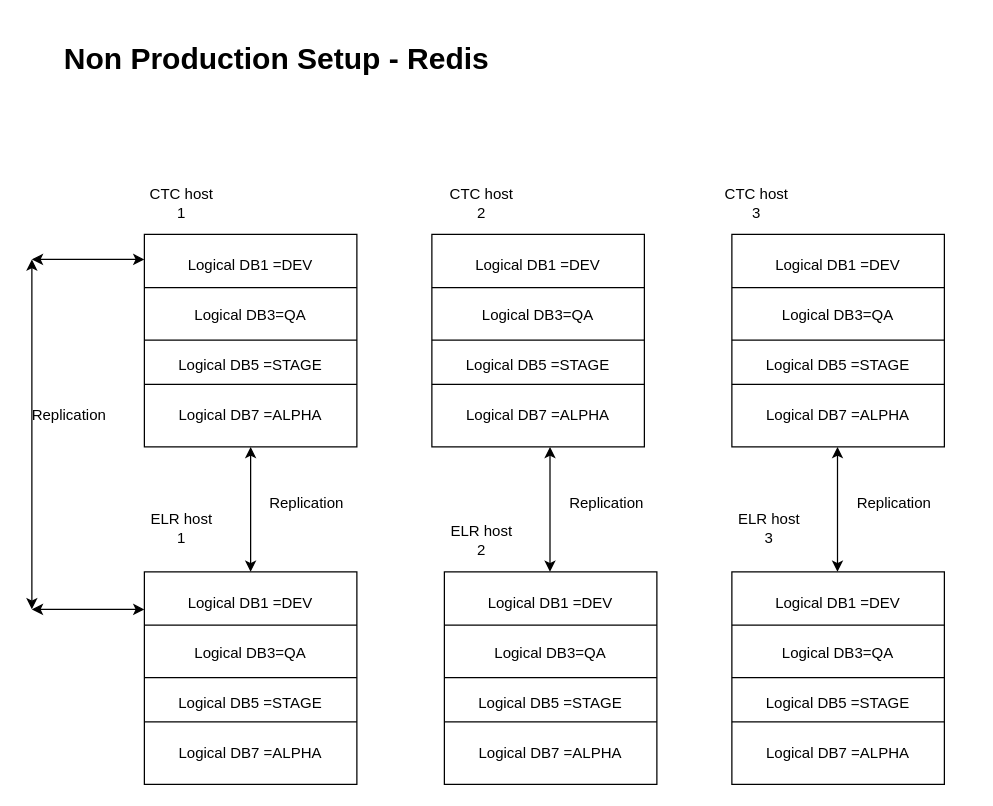
This is Redis Cache Layout.drawio from anshuldevmehta/RandomDiagrams, a draw.io file, before an edit. Source tidied: cells renumbered, new cells numbered last; positions are measured from the earlier drawing's top-left corner, leaving out a move shared by most shapes. Both pictures are drawn from the tidied source at 125%, with x=0, y=0 at pixel (31, 34).
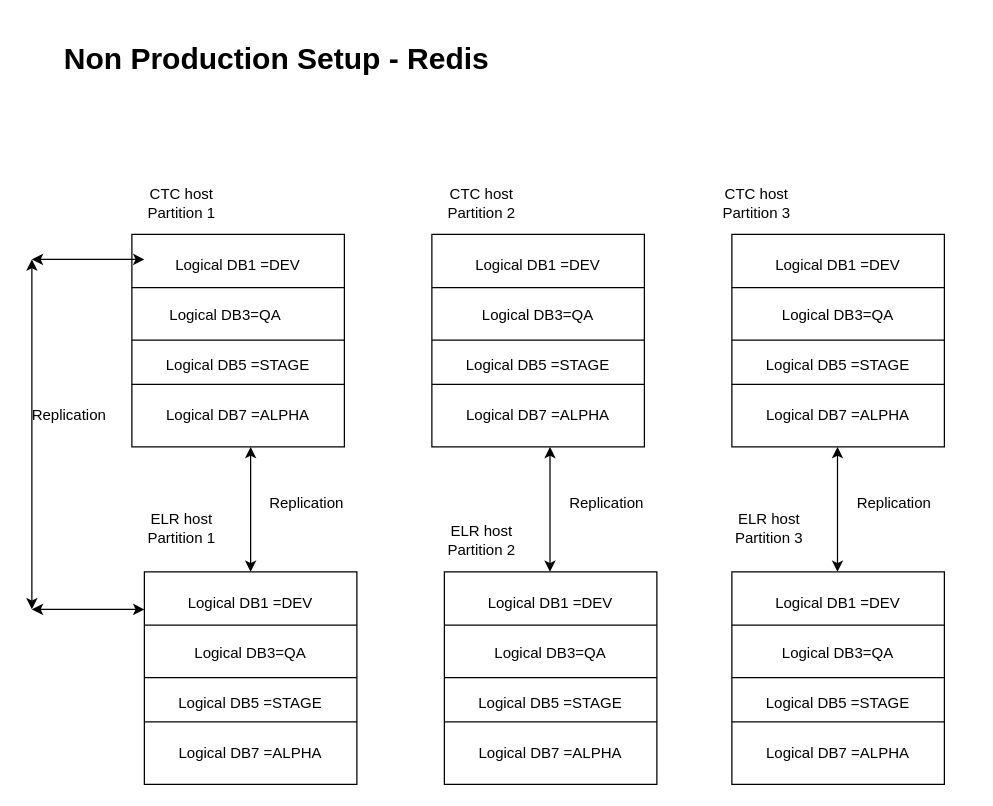
After the change.

Change to the diagram source:
```diff
@@
-    <mxCell id="2" value="CTC host 1" style="text;html=1;strokeColor=none;fillColor=none;align=center;verticalAlign=middle;whiteSpace=wrap;rounded=0;" parent="1" vertex="1">
+    <mxCell id="2" value="CTC host Partition 1" style="text;html=1;strokeColor=none;fillColor=none;align=center;verticalAlign=middle;whiteSpace=wrap;rounded=0;" parent="1" vertex="1">
       <mxGeometry x="90" y="120" width="60" height="30" as="geometry" />
     </mxCell>
-    <mxCell id="3" value="CTC host 2" style="text;html=1;strokeColor=none;fillColor=none;align=center;verticalAlign=middle;whiteSpace=wrap;rounded=0;" parent="1" vertex="1">
+    <mxCell id="3" value="CTC host Partition 2" style="text;html=1;strokeColor=none;fillColor=none;align=center;verticalAlign=middle;whiteSpace=wrap;rounded=0;" parent="1" vertex="1">
       <mxGeometry x="330" y="120" width="60" height="30" as="geometry" />
     </mxCell>
-    <mxCell id="4" value="CTC host 3" style="text;html=1;strokeColor=none;fillColor=none;align=center;verticalAlign=middle;whiteSpace=wrap;rounded=0;" parent="1" vertex="1">
+    <mxCell id="4" value="CTC host Partition 3" style="text;html=1;strokeColor=none;fillColor=none;align=center;verticalAlign=middle;whiteSpace=wrap;rounded=0;" parent="1" vertex="1">
       <mxGeometry x="550" y="120" width="60" height="30" as="geometry" />
     </mxCell>
-    <mxCell id="5" value="ELR host 1" style="text;html=1;strokeColor=none;fillColor=none;align=center;verticalAlign=middle;whiteSpace=wrap;rounded=0;" parent="1" vertex="1">
+    <mxCell id="5" value="ELR host Partition 1" style="text;html=1;strokeColor=none;fillColor=none;align=center;verticalAlign=middle;whiteSpace=wrap;rounded=0;" parent="1" vertex="1">
       <mxGeometry x="90" y="380" width="60" height="30" as="geometry" />
     </mxCell>
-    <mxCell id="6" value="ELR host 2" style="text;html=1;strokeColor=none;fillColor=none;align=center;verticalAlign=middle;whiteSpace=wrap;rounded=0;" parent="1" vertex="1">
+    <mxCell id="6" value="ELR host Partition 2" style="text;html=1;strokeColor=none;fillColor=none;align=center;verticalAlign=middle;whiteSpace=wrap;rounded=0;" parent="1" vertex="1">
       <mxGeometry x="330" y="390" width="60" height="30" as="geometry" />
     </mxCell>
-    <mxCell id="7" value="ELR host 3" style="text;html=1;strokeColor=none;fillColor=none;align=center;verticalAlign=middle;whiteSpace=wrap;rounded=0;" parent="1" vertex="1">
+    <mxCell id="7" value="ELR host Partition 3" style="text;html=1;strokeColor=none;fillColor=none;align=center;verticalAlign=middle;whiteSpace=wrap;rounded=0;" parent="1" vertex="1">
       <mxGeometry x="560" y="380" width="60" height="30" as="geometry" />
     </mxCell>
@@
     <mxCell id="11" style="group;" parent="1" vertex="1">
-      <mxGeometry x="90" y="160" width="170" height="170" as="geometry" />
+      <mxGeometry x="80" y="160" width="170" height="170" as="geometry" />
     </mxCell>
@@
     <mxCell id="17" value="Logical DB3=QA" style="text;html=1;strokeColor=none;fillColor=none;align=center;verticalAlign=middle;whiteSpace=wrap;rounded=0;" parent="11" vertex="1">
-      <mxGeometry x="10" y="50" width="150" height="30" as="geometry" />
+      <mxGeometry y="50" width="150" height="30" as="geometry" />
     </mxCell>
```
